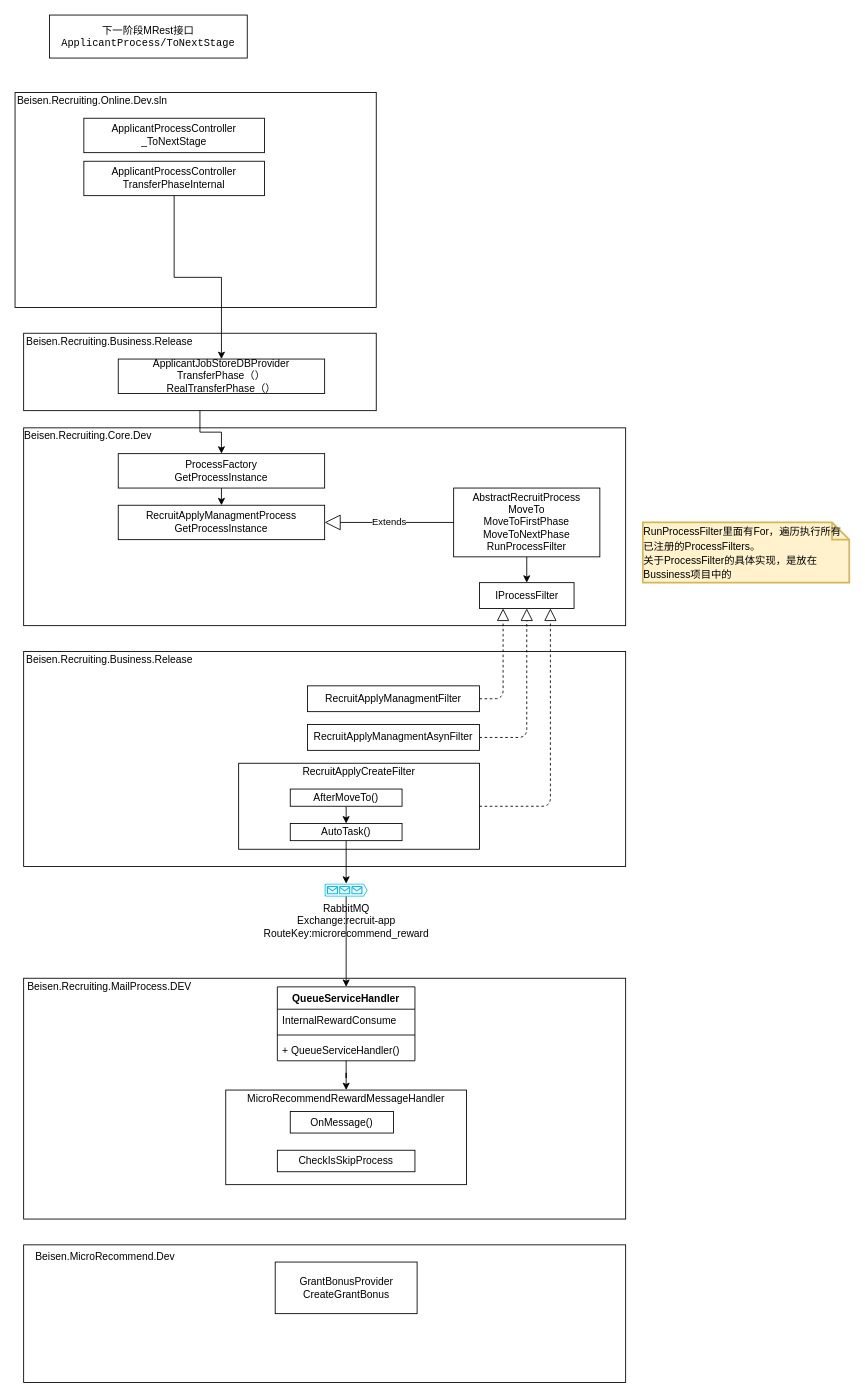
Above: 转移阶段->奖励计算.drawio in Lucas20029/MyDiagrams (draw.io), before the change. Source tidied: cells renumbered, new cells numbered last; positions are measured from the earlier drawing's top-left corner, leaving out a move shared by most shapes. Both pictures are drawn from the tidied source at 86%, with x=0, y=0 at pixel (15, 15).
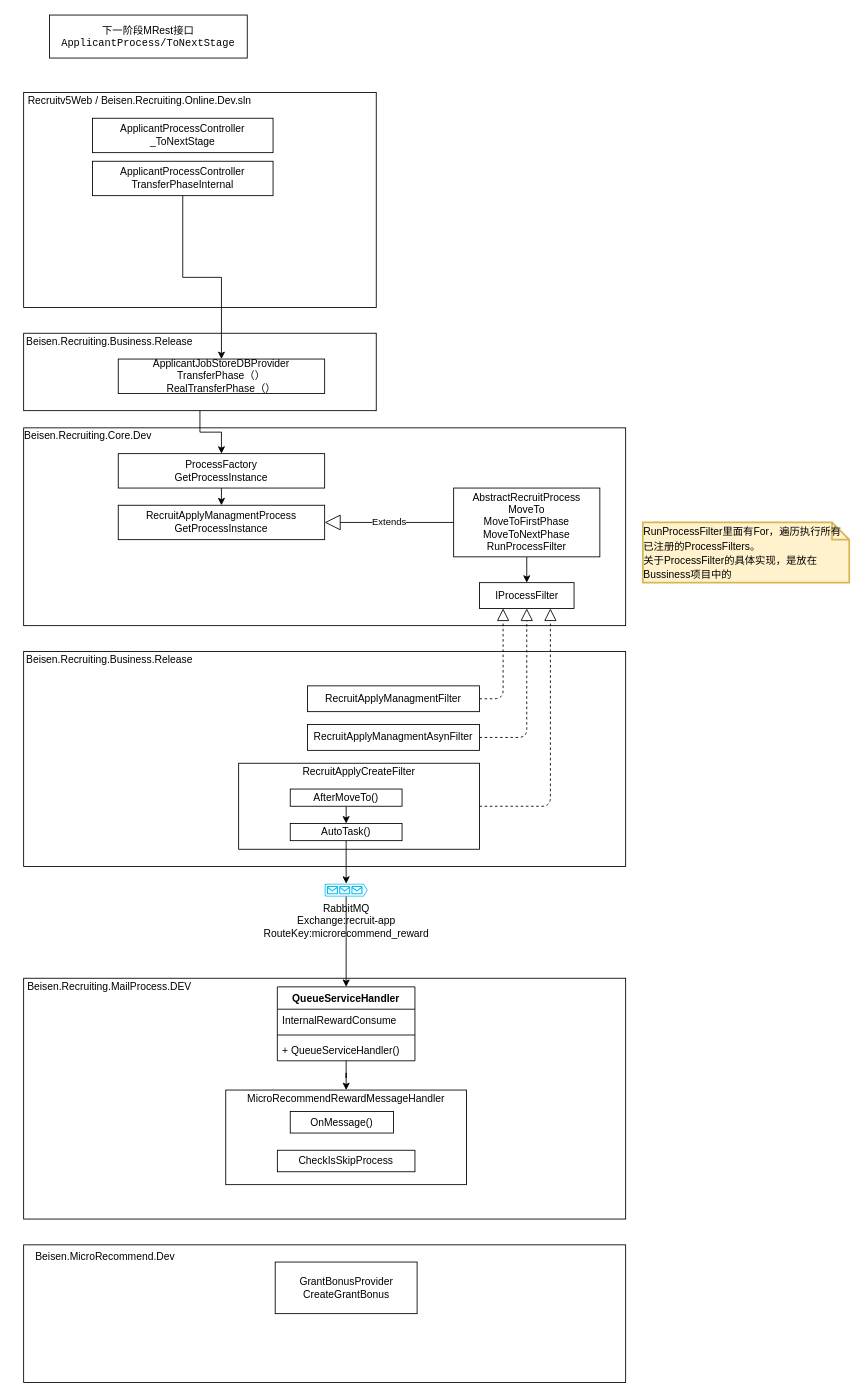
The same page after the edit.

Commit message:
Update 转移阶段->奖励计算.drawio

The change refers to these unchanged cells:
```xml
<mxCell id="7" style="rounded=0;whiteSpace=wrap;html=1;" parent="1" vertex="1">
  <mxGeometry x="10" y="370" width="410" height="90" as="geometry" />
</mxCell>
<mxCell id="13" value="ProcessFactory&lt;br&gt;GetProcessInstance" style="rounded=0;whiteSpace=wrap;html=1;" parent="1" vertex="1">
  <mxGeometry x="120" y="510" width="240" height="40" as="geometry" />
</mxCell>
```

What changed in the source:
```diff
@@
     <mxCell id="3" style="rounded=0;whiteSpace=wrap;html=1;" parent="1" vertex="1">
-      <mxGeometry y="90" width="420" height="250" as="geometry" />
+      <mxGeometry x="10" y="90" width="410" height="250" as="geometry" />
     </mxCell>
-    <mxCell id="4" value="Beisen.Recruiting.Online.Dev.sln" style="text;html=1;strokeColor=none;fillColor=none;align=center;verticalAlign=middle;whiteSpace=wrap;rounded=0;" parent="1" vertex="1">
-      <mxGeometry y="90" width="180" height="20" as="geometry" />
+    <mxCell id="4" value="Recruitv5Web / Beisen.Recruiting.Online.Dev.sln" style="text;html=1;strokeColor=none;fillColor=none;align=center;verticalAlign=middle;whiteSpace=wrap;rounded=0;" parent="1" vertex="1">
+      <mxGeometry x="10" y="90" width="270" height="20" as="geometry" />
     </mxCell>
     <mxCell id="5" value="ApplicantProcessController&lt;br&gt;_ToNextStage" style="rounded=0;whiteSpace=wrap;html=1;" parent="1" vertex="1">
-      <mxGeometry x="80" y="120" width="210" height="40" as="geometry" />
+      <mxGeometry x="90" y="120" width="210" height="40" as="geometry" />
     </mxCell>
     <mxCell id="6" value="ApplicantProcessController&lt;br&gt;TransferPhaseInternal" style="rounded=0;whiteSpace=wrap;html=1;" parent="1" vertex="1">
-      <mxGeometry x="80" y="170" width="210" height="40" as="geometry" />
+      <mxGeometry x="90" y="170" width="210" height="40" as="geometry" />
     </mxCell>
@@
-    <mxCell id="43" style="edgeStyle=orthogonalEdgeStyle;rounded=0;jettySize=auto;html=1;exitX=0.5;exitY=1;exitDx=0;exitDy=0;" parent="1" edge="1" source="7" target="13">
-      <mxGeometry relative="1" as="geometry" />
-    </mxCell>
@@
+    <mxCell id="43" style="edgeStyle=orthogonalEdgeStyle;rounded=0;jettySize=auto;html=1;exitX=0.5;exitY=1;exitDx=0;exitDy=0;" parent="1" edge="1" source="7" target="13">
+      <mxGeometry relative="1" as="geometry" />
+    </mxCell>
```
